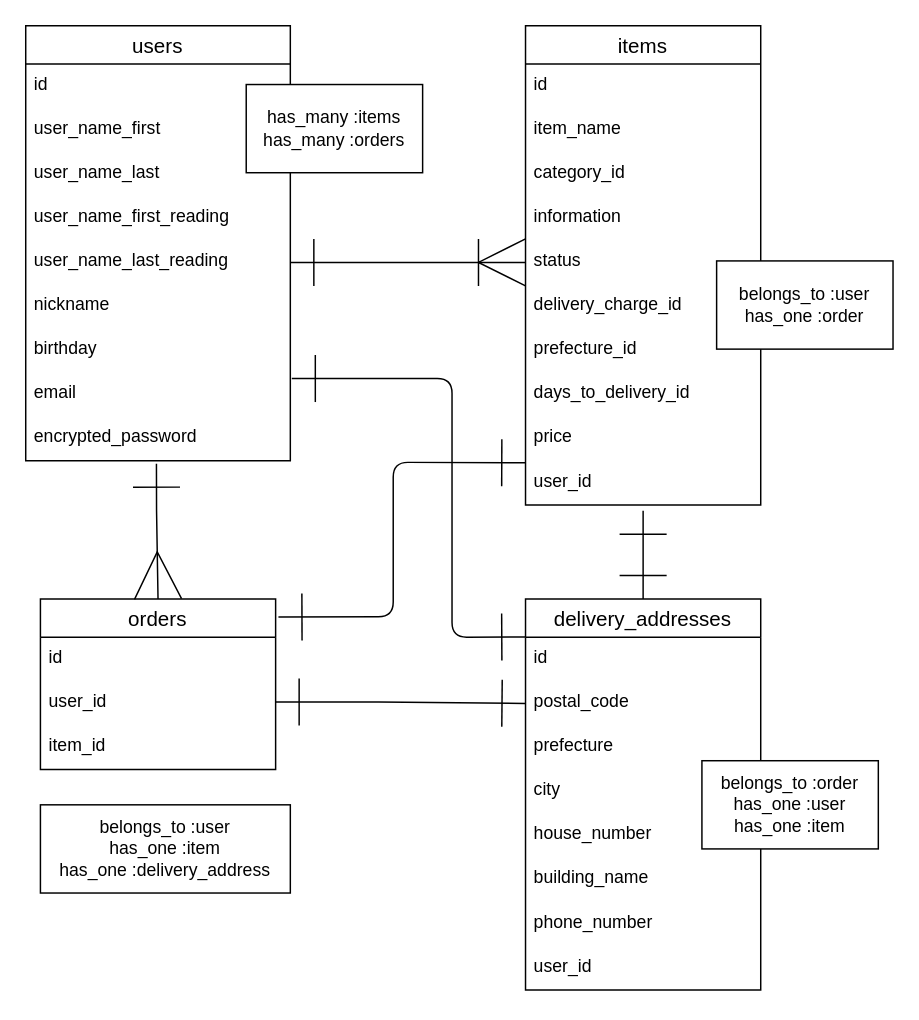
Earlier version of the draw.io diagram furima-38531.dio (wakaeri/furima-38531). Source tidied: cells renumbered, new cells numbered last; positions are measured from the earlier drawing's top-left corner, leaving out a move shared by most shapes. Both pictures are drawn from the tidied source at 147%, with x=0, y=0 at pixel (25, 25).
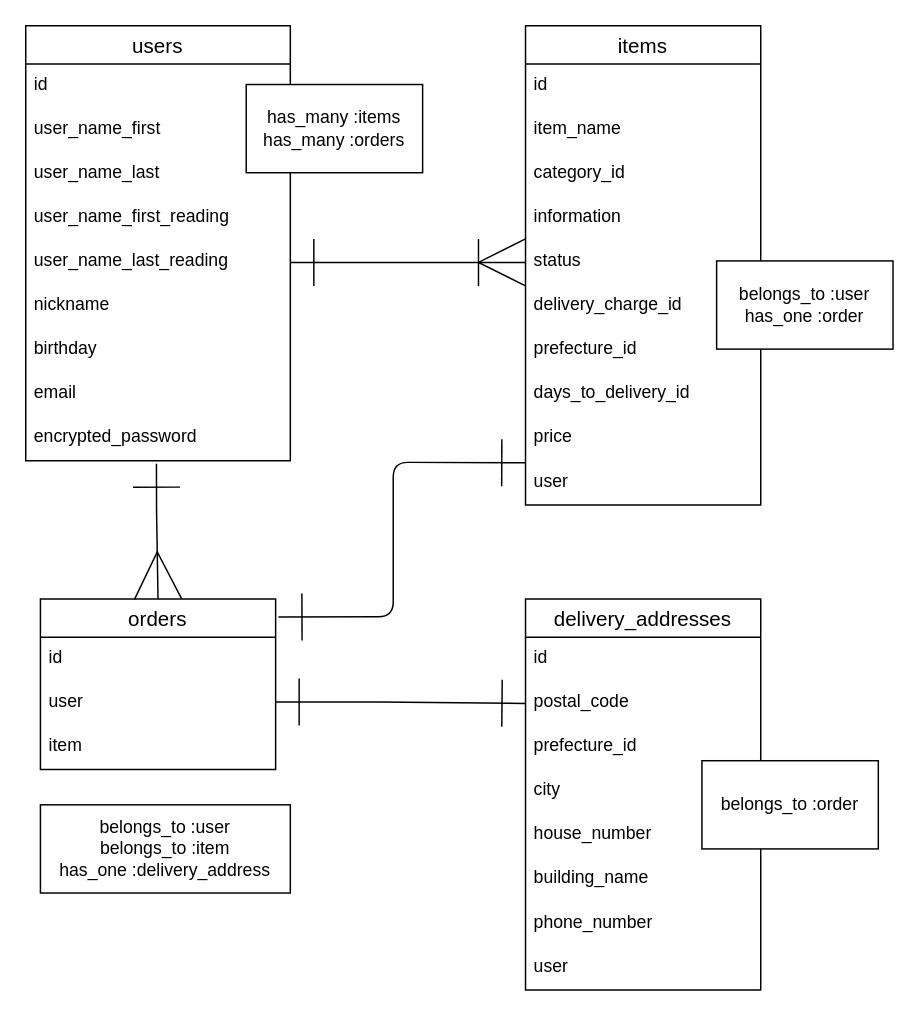
After the change.

Commit message (it also covers changes not shown here):
データベース設計_修正2

The change refers to these unchanged cells:
```xml
<mxCell id="12" value="items" style="swimlane;fontStyle=0;horizontal=1;startSize=26;align=center;fontSize=14;" parent="1" vertex="1">
  <mxGeometry x="340" width="160" height="326" as="geometry" />
</mxCell>
<mxCell id="24" value="orders" style="swimlane;fontStyle=0;horizontal=1;startSize=26;align=center;fontSize=14;" parent="1" vertex="1">
  <mxGeometry x="10" y="390" width="160" height="116" as="geometry" />
</mxCell>
<mxCell id="29" value="delivery_addresses" style="swimlane;fontStyle=0;horizontal=1;startSize=26;align=center;fontSize=14;" parent="1" vertex="1">
  <mxGeometry x="340" y="390" width="160" height="266" as="geometry" />
</mxCell>
<mxCell id="30" value="id" style="text;strokeColor=none;fillColor=none;spacingLeft=4;spacingRight=4;overflow=hidden;points=[[0,0.5],[1,0.5]];portConstraint=eastwest;fontSize=12;" parent="29" vertex="1">
  <mxGeometry y="26" width="160" height="30" as="geometry" />
</mxCell>
```

What changed in the source:
```diff
@@
-    <mxCell id="22" value="user_id" style="text;strokeColor=none;fillColor=none;spacingLeft=4;spacingRight=4;overflow=hidden;points=[[0,0.5],[1,0.5]];portConstraint=eastwest;fontSize=12;" parent="12" vertex="1">
+    <mxCell id="22" value="user" style="text;strokeColor=none;fillColor=none;spacingLeft=4;spacingRight=4;overflow=hidden;points=[[0,0.5],[1,0.5]];portConstraint=eastwest;fontSize=12;" parent="12" vertex="1">
       <mxGeometry y="296" width="160" height="30" as="geometry" />
     </mxCell>
@@
-    <mxCell id="26" value="user_id" style="text;strokeColor=none;fillColor=none;spacingLeft=4;spacingRight=4;overflow=hidden;fontSize=12;" parent="24" vertex="1">
+    <mxCell id="26" value="user" style="text;strokeColor=none;fillColor=none;spacingLeft=4;spacingRight=4;overflow=hidden;fontSize=12;" parent="24" vertex="1">
       <mxGeometry y="56" width="160" height="30" as="geometry" />
     </mxCell>
-    <mxCell id="27" value="item_id" style="text;strokeColor=none;fillColor=none;spacingLeft=4;spacingRight=4;overflow=hidden;fontSize=12;" parent="24" vertex="1">
+    <mxCell id="27" value="item" style="text;strokeColor=none;fillColor=none;spacingLeft=4;spacingRight=4;overflow=hidden;fontSize=12;" parent="24" vertex="1">
       <mxGeometry y="86" width="160" height="30" as="geometry" />
     </mxCell>
@@
-    <mxCell id="32" value="prefecture" style="text;strokeColor=none;fillColor=none;spacingLeft=4;spacingRight=4;overflow=hidden;fontSize=12;rounded=1;" parent="29" vertex="1">
+    <mxCell id="32" value="prefecture_id" style="text;strokeColor=none;fillColor=none;spacingLeft=4;spacingRight=4;overflow=hidden;fontSize=12;rounded=1;" parent="29" vertex="1">
       <mxGeometry y="86" width="160" height="30" as="geometry" />
     </mxCell>
@@
-    <mxCell id="37" value="user_id" style="text;strokeColor=none;fillColor=none;spacingLeft=4;spacingRight=4;overflow=hidden;fontSize=12;" parent="29" vertex="1">
+    <mxCell id="37" value="user" style="text;strokeColor=none;fillColor=none;spacingLeft=4;spacingRight=4;overflow=hidden;fontSize=12;" parent="29" vertex="1">
       <mxGeometry y="236" width="160" height="30" as="geometry" />
     </mxCell>
@@
-    <mxCell id="41" value="belongs_to :user&lt;br&gt;has_one :item&lt;br&gt;has_one :delivery_address" style="rounded=0;whiteSpace=wrap;html=1;" parent="1" vertex="1">
+    <mxCell id="41" value="belongs_to :user&lt;br&gt;belongs_to :item&lt;br&gt;has_one :delivery_address" style="rounded=0;whiteSpace=wrap;html=1;" parent="1" vertex="1">
       <mxGeometry x="10" y="530" width="170" height="60" as="geometry" />
     </mxCell>
-    <mxCell id="42" value="belongs_to :order&lt;br&gt;has_one :user&lt;br&gt;has_one :item" style="rounded=0;whiteSpace=wrap;html=1;" parent="1" vertex="1">
+    <mxCell id="42" value="belongs_to :order" style="rounded=0;whiteSpace=wrap;html=1;" parent="1" vertex="1">
       <mxGeometry x="460" y="500" width="120" height="60" as="geometry" />
     </mxCell>
@@
-    <mxCell id="44" style="edgeStyle=none;html=1;startArrow=ERone;startFill=0;endArrow=ERone;endFill=0;startSize=30;endSize=30;entryX=-0.001;entryY=-0.008;entryDx=0;entryDy=0;entryPerimeter=0;" parent="1" edge="1" target="30">
-      <mxGeometry relative="1" as="geometry">
-        <mxPoint x="181" y="240" as="sourcePoint" />
-        <Array as="points">
-          <mxPoint x="290" y="240" />
-          <mxPoint x="290" y="416" />
-        </Array>
-      </mxGeometry>
-    </mxCell>
-    <mxCell id="45" style="edgeStyle=none;html=1;startArrow=ERone;startFill=0;endArrow=ERone;endFill=0;startSize=30;endSize=30;entryX=0.5;entryY=0;entryDx=0;entryDy=0;" parent="1" edge="1" target="29">
-      <mxGeometry relative="1" as="geometry">
-        <mxPoint x="420" y="330" as="sourcePoint" />
-        <Array as="points">
-          <mxPoint x="420" y="370" />
-        </Array>
-      </mxGeometry>
-    </mxCell>
```
